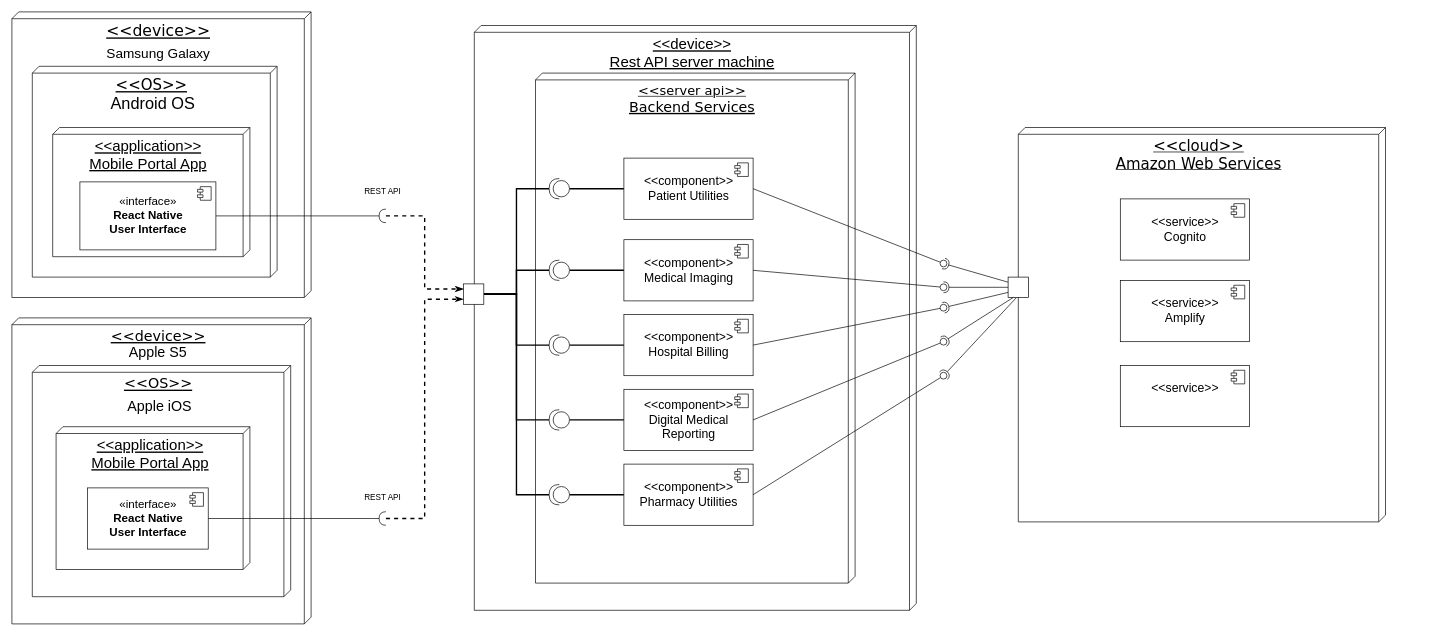
This is testDir/Untitled Diagram.drawio from SahanChan/x, a draw.io file, before an edit. Source tidied: cells renumbered, new cells numbered last; positions are measured from the earlier drawing's top-left corner, leaving out a move shared by most shapes. Both pictures are drawn from the tidied source at 68%, with x=0, y=0 at pixel (12, 12).
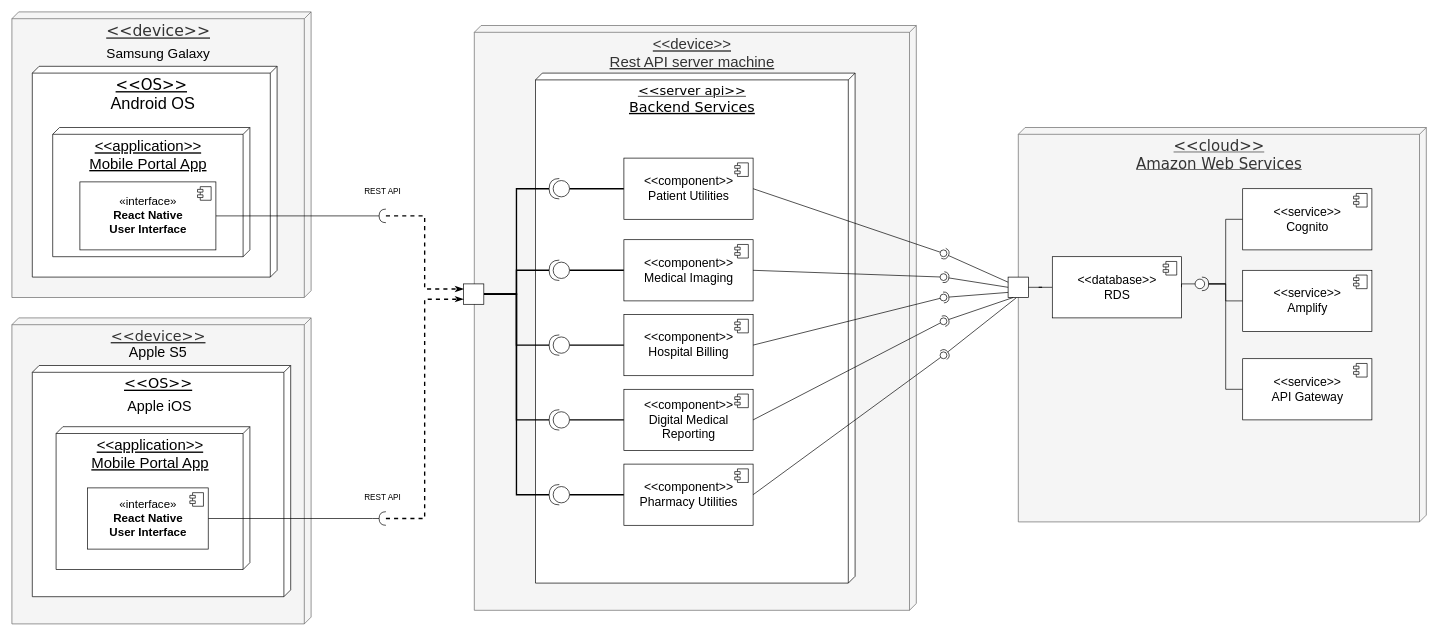
The same page after the edit.

Unchanged cells that the change refers to:
```xml
<mxCell id="42" style="rounded=0;whiteSpace=wrap;html=1;" parent="1" vertex="1">
  <mxGeometry x="1465" y="390" width="30" height="30" as="geometry" />
</mxCell>
```

Diff of the diagram source:
```diff
@@
-    <mxCell id="2" value="&lt;div style=&quot;font-size: 22px&quot;&gt;&lt;font style=&quot;font-size: 22px&quot;&gt;&amp;lt;&amp;lt;device&amp;gt;&amp;gt;&lt;/font&gt;&lt;/div&gt;&lt;div style=&quot;font-size: 22px&quot;&gt;&lt;font style=&quot;font-size: 22px&quot;&gt;Rest API server machine&lt;br&gt;&lt;/font&gt;&lt;/div&gt;" style="verticalAlign=top;align=center;spacingTop=8;spacingLeft=2;spacingRight=12;shape=cube;size=10;direction=south;fontStyle=4;html=1;" parent="1" vertex="1">
+    <mxCell id="2" value="&lt;div style=&quot;font-size: 22px&quot;&gt;&lt;font style=&quot;font-size: 22px&quot;&gt;&amp;lt;&amp;lt;device&amp;gt;&amp;gt;&lt;/font&gt;&lt;/div&gt;&lt;div style=&quot;font-size: 22px&quot;&gt;&lt;font style=&quot;font-size: 22px&quot;&gt;Rest API server machine&lt;br&gt;&lt;/font&gt;&lt;/div&gt;" style="verticalAlign=top;align=center;spacingTop=8;spacingLeft=2;spacingRight=12;shape=cube;size=10;direction=south;fontStyle=4;html=1;fillColor=#f5f5f5;strokeColor=#666666;fontColor=#333333;" parent="1" vertex="1">
       <mxGeometry x="680" y="20" width="650" height="860" as="geometry" />
     </mxCell>
@@
-    <mxCell id="4" value="&lt;div align=&quot;center&quot;&gt;&lt;font style=&quot;font-size: 22px&quot;&gt;&amp;lt;&amp;lt;cloud&amp;gt;&amp;gt;&lt;/font&gt;&lt;/div&gt;&lt;div align=&quot;center&quot;&gt;&lt;font style=&quot;font-size: 22px&quot;&gt;Amazon Web Services&lt;br&gt;&lt;/font&gt;&lt;/div&gt;" style="verticalAlign=top;align=center;spacingTop=8;spacingLeft=2;spacingRight=12;shape=cube;size=10;direction=south;fontStyle=4;html=1;rounded=0;shadow=0;comic=0;labelBackgroundColor=none;strokeWidth=1;fontFamily=Verdana;fontSize=12;" parent="1" vertex="1">
-      <mxGeometry x="1480" y="170" width="540" height="580" as="geometry" />
+    <mxCell id="4" value="&lt;div align=&quot;center&quot;&gt;&lt;font style=&quot;font-size: 22px&quot;&gt;&amp;lt;&amp;lt;cloud&amp;gt;&amp;gt;&lt;/font&gt;&lt;/div&gt;&lt;div align=&quot;center&quot;&gt;&lt;font style=&quot;font-size: 22px&quot;&gt;Amazon Web Services&lt;br&gt;&lt;/font&gt;&lt;/div&gt;" style="verticalAlign=top;align=center;spacingTop=8;spacingLeft=2;spacingRight=12;shape=cube;size=10;direction=south;fontStyle=4;html=1;rounded=0;shadow=0;comic=0;labelBackgroundColor=none;strokeWidth=1;fontFamily=Verdana;fontSize=12;fillColor=#f5f5f5;strokeColor=#666666;fontColor=#333333;" parent="1" vertex="1">
+      <mxGeometry x="1480" y="170" width="600" height="580" as="geometry" />
     </mxCell>
-    <mxCell id="5" value="&lt;div style=&quot;font-size: 23px&quot; align=&quot;center&quot;&gt;&lt;font style=&quot;font-size: 23px&quot;&gt;&amp;lt;&amp;lt;device&amp;gt;&amp;gt;&lt;/font&gt;&lt;/div&gt;&lt;div style=&quot;font-size: 23px&quot; align=&quot;center&quot;&gt;&lt;font style=&quot;font-size: 23px&quot;&gt;&lt;br&gt;&lt;/font&gt;&lt;/div&gt;" style="verticalAlign=top;align=center;spacingTop=8;spacingLeft=2;spacingRight=12;shape=cube;size=10;direction=south;fontStyle=4;html=1;rounded=0;shadow=0;comic=0;labelBackgroundColor=none;strokeWidth=1;fontFamily=Verdana;fontSize=12;" parent="1" vertex="1">
+    <mxCell id="5" value="&lt;div style=&quot;font-size: 23px&quot; align=&quot;center&quot;&gt;&lt;font style=&quot;font-size: 23px&quot;&gt;&amp;lt;&amp;lt;device&amp;gt;&amp;gt;&lt;/font&gt;&lt;/div&gt;&lt;div style=&quot;font-size: 23px&quot; align=&quot;center&quot;&gt;&lt;font style=&quot;font-size: 23px&quot;&gt;&lt;br&gt;&lt;/font&gt;&lt;/div&gt;" style="verticalAlign=top;align=center;spacingTop=8;spacingLeft=2;spacingRight=12;shape=cube;size=10;direction=south;fontStyle=4;html=1;rounded=0;shadow=0;comic=0;labelBackgroundColor=none;strokeWidth=1;fontFamily=Verdana;fontSize=12;fillColor=#f5f5f5;strokeColor=#666666;fontColor=#333333;" parent="1" vertex="1">
       <mxGeometry width="440" height="420" as="geometry" />
     </mxCell>
@@
-    <mxCell id="9" value="&lt;div style=&quot;font-size: 21px&quot; align=&quot;center&quot;&gt;&lt;font style=&quot;font-size: 21px&quot;&gt;&amp;lt;&amp;lt;device&amp;gt;&amp;gt;&lt;/font&gt;&lt;/div&gt;&lt;div style=&quot;font-size: 21px&quot; align=&quot;center&quot;&gt;&lt;font style=&quot;font-size: 21px&quot;&gt;&lt;br&gt;&lt;/font&gt;&lt;/div&gt;" style="verticalAlign=top;align=center;spacingTop=8;spacingLeft=2;spacingRight=12;shape=cube;size=10;direction=south;fontStyle=4;html=1;rounded=0;shadow=0;comic=0;labelBackgroundColor=none;strokeWidth=1;fontFamily=Verdana;fontSize=12;" parent="1" vertex="1">
+    <mxCell id="9" value="&lt;div style=&quot;font-size: 21px&quot; align=&quot;center&quot;&gt;&lt;font style=&quot;font-size: 21px&quot;&gt;&amp;lt;&amp;lt;device&amp;gt;&amp;gt;&lt;/font&gt;&lt;/div&gt;&lt;div style=&quot;font-size: 21px&quot; align=&quot;center&quot;&gt;&lt;font style=&quot;font-size: 21px&quot;&gt;&lt;br&gt;&lt;/font&gt;&lt;/div&gt;" style="verticalAlign=top;align=center;spacingTop=8;spacingLeft=2;spacingRight=12;shape=cube;size=10;direction=south;fontStyle=4;html=1;rounded=0;shadow=0;comic=0;labelBackgroundColor=none;strokeWidth=1;fontFamily=Verdana;fontSize=12;fillColor=#f5f5f5;strokeColor=#666666;fontColor=#333333;" parent="1" vertex="1">
       <mxGeometry y="450" width="440" height="450" as="geometry" />
     </mxCell>
@@
     <mxCell id="56" style="ellipse;whiteSpace=wrap;html=1;fontFamily=Helvetica;fontSize=12;fontColor=#000000;align=center;strokeColor=#000000;fillColor=#ffffff;points=[];perimeterSpacing=0;" parent="1" vertex="1">
-      <mxGeometry x="1365" y="365" width="10" height="10" as="geometry" />
+      <mxGeometry x="1365" y="350" width="10" height="10" as="geometry" />
     </mxCell>
@@
     <mxCell id="59" style="ellipse;whiteSpace=wrap;html=1;fontFamily=Helvetica;fontSize=12;fontColor=#000000;align=center;strokeColor=#000000;fillColor=#ffffff;points=[];perimeterSpacing=0;" parent="1" vertex="1">
-      <mxGeometry x="1365" y="400" width="10" height="10" as="geometry" />
+      <mxGeometry x="1365" y="385" width="10" height="10" as="geometry" />
     </mxCell>
@@
     <mxCell id="62" style="ellipse;whiteSpace=wrap;html=1;fontFamily=Helvetica;fontSize=12;fontColor=#000000;align=center;strokeColor=#000000;fillColor=#ffffff;points=[];perimeterSpacing=0;" parent="1" vertex="1">
-      <mxGeometry x="1365" y="430" width="10" height="10" as="geometry" />
+      <mxGeometry x="1365" y="415" width="10" height="10" as="geometry" />
     </mxCell>
@@
     <mxCell id="65" style="ellipse;whiteSpace=wrap;html=1;fontFamily=Helvetica;fontSize=12;fontColor=#000000;align=center;strokeColor=#000000;fillColor=#ffffff;points=[];perimeterSpacing=0;" parent="1" vertex="1">
-      <mxGeometry x="1365" y="480" width="10" height="10" as="geometry" />
+      <mxGeometry x="1365" y="450" width="10" height="10" as="geometry" />
     </mxCell>
@@
     <mxCell id="68" style="ellipse;whiteSpace=wrap;html=1;fontFamily=Helvetica;fontSize=12;fontColor=#000000;align=center;strokeColor=#000000;fillColor=#ffffff;points=[];perimeterSpacing=0;" parent="1" vertex="1">
-      <mxGeometry x="1365" y="530" width="10" height="10" as="geometry" />
+      <mxGeometry x="1365" y="500" width="10" height="10" as="geometry" />
     </mxCell>
+    <mxCell id="75" style="edgeStyle=orthogonalEdgeStyle;rounded=0;jettySize=auto;html=1;entryX=1;entryY=0.5;entryDx=0;entryDy=0;entryPerimeter=0;endArrow=none;endFill=0;" parent="1" edge="1" source="69" target="82">
+      <mxGeometry relative="1" as="geometry" />
+    </mxCell>
     <mxCell id="69" value="&lt;div style=&quot;font-size: 18px&quot;&gt;&lt;font style=&quot;font-size: 18px&quot;&gt;&amp;lt;&amp;lt;service&amp;gt;&amp;gt;&lt;/font&gt;&lt;/div&gt;&lt;div style=&quot;font-size: 18px&quot;&gt;&lt;font style=&quot;font-size: 18px&quot;&gt;Cognito&lt;br&gt;&lt;/font&gt;&lt;/div&gt;" style="html=1;" parent="1" vertex="1">
-      <mxGeometry x="1630" y="275" width="190" height="90" as="geometry" />
+      <mxGeometry x="1810" y="260" width="190" height="90" as="geometry" />
     </mxCell>
@@
+    <mxCell id="76" style="edgeStyle=orthogonalEdgeStyle;rounded=0;jettySize=auto;html=1;entryX=1;entryY=0.5;entryDx=0;entryDy=0;entryPerimeter=0;endArrow=none;endFill=0;" parent="1" edge="1" source="71" target="82">
+      <mxGeometry relative="1" as="geometry" />
+    </mxCell>
     <mxCell id="71" value="&lt;div style=&quot;font-size: 18px&quot;&gt;&lt;font style=&quot;font-size: 18px&quot;&gt;&amp;lt;&amp;lt;service&amp;gt;&amp;gt;&lt;/font&gt;&lt;/div&gt;&lt;div style=&quot;font-size: 18px&quot;&gt;&lt;font style=&quot;font-size: 18px&quot;&gt;Amplify&lt;br&gt;&lt;/font&gt;&lt;/div&gt;" style="html=1;" parent="1" vertex="1">
-      <mxGeometry x="1630" y="395" width="190" height="90" as="geometry" />
+      <mxGeometry x="1810" y="380" width="190" height="90" as="geometry" />
     </mxCell>
@@
+    <mxCell id="77" style="edgeStyle=orthogonalEdgeStyle;rounded=0;jettySize=auto;html=1;entryX=1;entryY=0.5;entryDx=0;entryDy=0;entryPerimeter=0;endArrow=none;endFill=0;" parent="1" edge="1" source="73" target="82">
+      <mxGeometry relative="1" as="geometry" />
+    </mxCell>
-    <mxCell id="73" value="&lt;div style=&quot;font-size: 18px&quot;&gt;&lt;font style=&quot;font-size: 18px&quot;&gt;&amp;lt;&amp;lt;service&amp;gt;&amp;gt;&lt;/font&gt;&lt;/div&gt;&lt;div style=&quot;font-size: 18px&quot;&gt;&lt;font style=&quot;font-size: 18px&quot;&gt;&lt;br&gt;&lt;/font&gt;&lt;/div&gt;" style="html=1;" parent="1" vertex="1">
-      <mxGeometry x="1630" y="520" width="190" height="90" as="geometry" />
+    <mxCell id="73" value="&lt;div style=&quot;font-size: 18px&quot;&gt;&lt;font style=&quot;font-size: 18px&quot;&gt;&amp;lt;&amp;lt;service&amp;gt;&amp;gt;&lt;/font&gt;&lt;/div&gt;&lt;div style=&quot;font-size: 18px&quot;&gt;&lt;font style=&quot;font-size: 18px&quot;&gt;API Gateway&lt;br&gt;&lt;/font&gt;&lt;/div&gt;" style="html=1;" parent="1" vertex="1">
+      <mxGeometry x="1810" y="510" width="190" height="90" as="geometry" />
     </mxCell>
@@
+    <mxCell id="78" style="edgeStyle=orthogonalEdgeStyle;rounded=0;jettySize=auto;html=1;endArrow=none;endFill=0;" parent="1" edge="1" source="79" target="42">
+      <mxGeometry relative="1" as="geometry" />
+    </mxCell>
+    <mxCell id="79" value="&lt;div style=&quot;font-size: 18px&quot;&gt;&lt;font style=&quot;font-size: 18px&quot;&gt;&amp;lt;&amp;lt;database&amp;gt;&amp;gt;&lt;/font&gt;&lt;/div&gt;&lt;div style=&quot;font-size: 18px&quot;&gt;&lt;font style=&quot;font-size: 18px&quot;&gt;RDS&lt;br&gt;&lt;/font&gt;&lt;/div&gt;" style="html=1;" parent="1" vertex="1">
+      <mxGeometry x="1530" y="360" width="190" height="90" as="geometry" />
+    </mxCell>
+    <mxCell id="80" style="shape=module;jettyWidth=8;jettyHeight=4;" parent="79" vertex="1">
+      <mxGeometry x="1" width="20" height="20" relative="1" as="geometry">
+        <mxPoint x="-27" y="7" as="offset" />
+      </mxGeometry>
+    </mxCell>
+    <mxCell id="81" style="edgeStyle=orthogonalEdgeStyle;rounded=0;jettySize=auto;html=1;endArrow=none;endFill=0;" parent="1" edge="1" source="82" target="79">
+      <mxGeometry relative="1" as="geometry" />
+    </mxCell>
+    <mxCell id="82" style="shape=providedRequiredInterface;html=1;verticalLabelPosition=bottom;" parent="1" vertex="1">
+      <mxGeometry x="1740" y="390" width="20" height="20" as="geometry" />
+    </mxCell>
```
